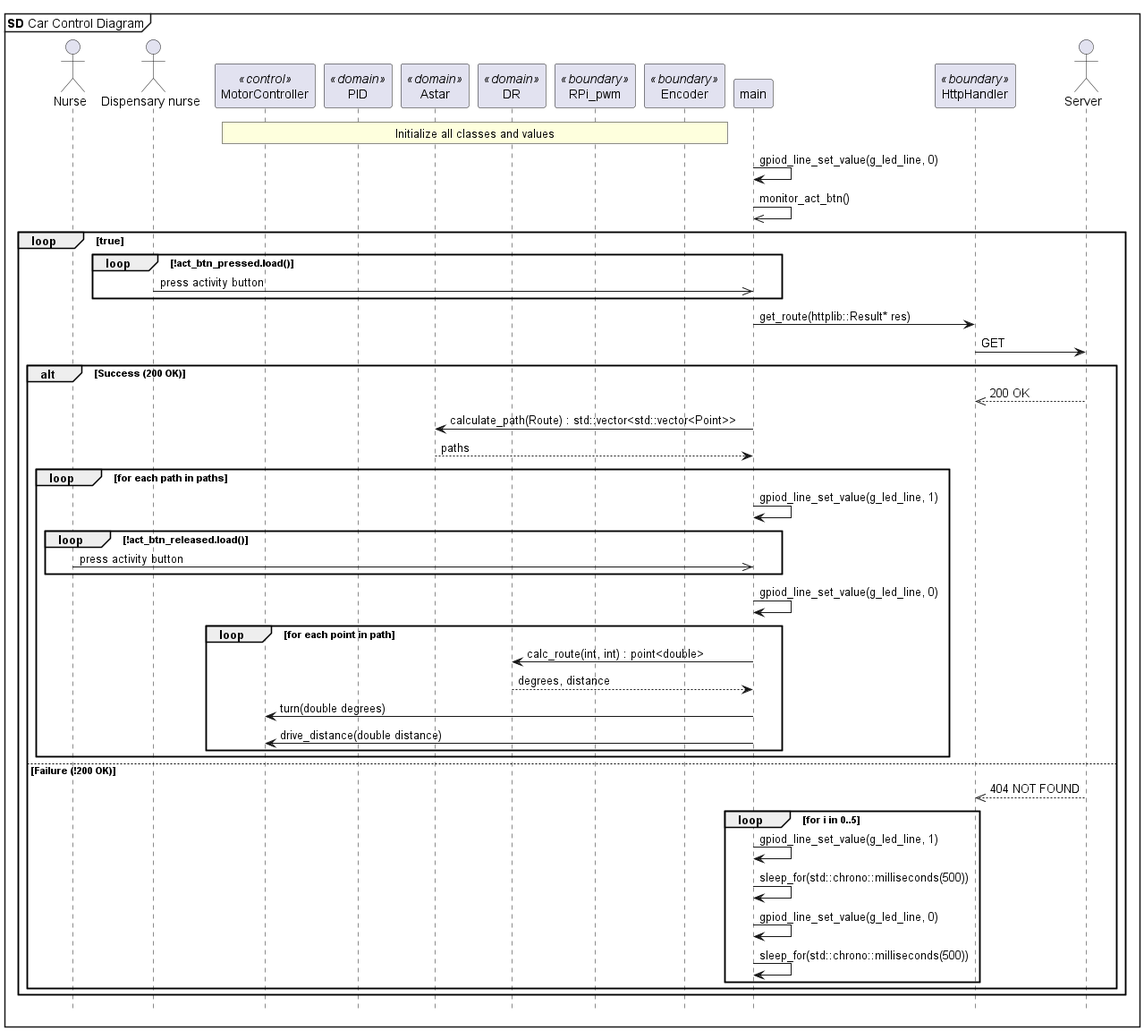
lineklemensen/PRJ3 keeps this PlantUML diagram as docs/diagrams/out/apModel/car_sd/car_sd.png. Above is the earlier version.
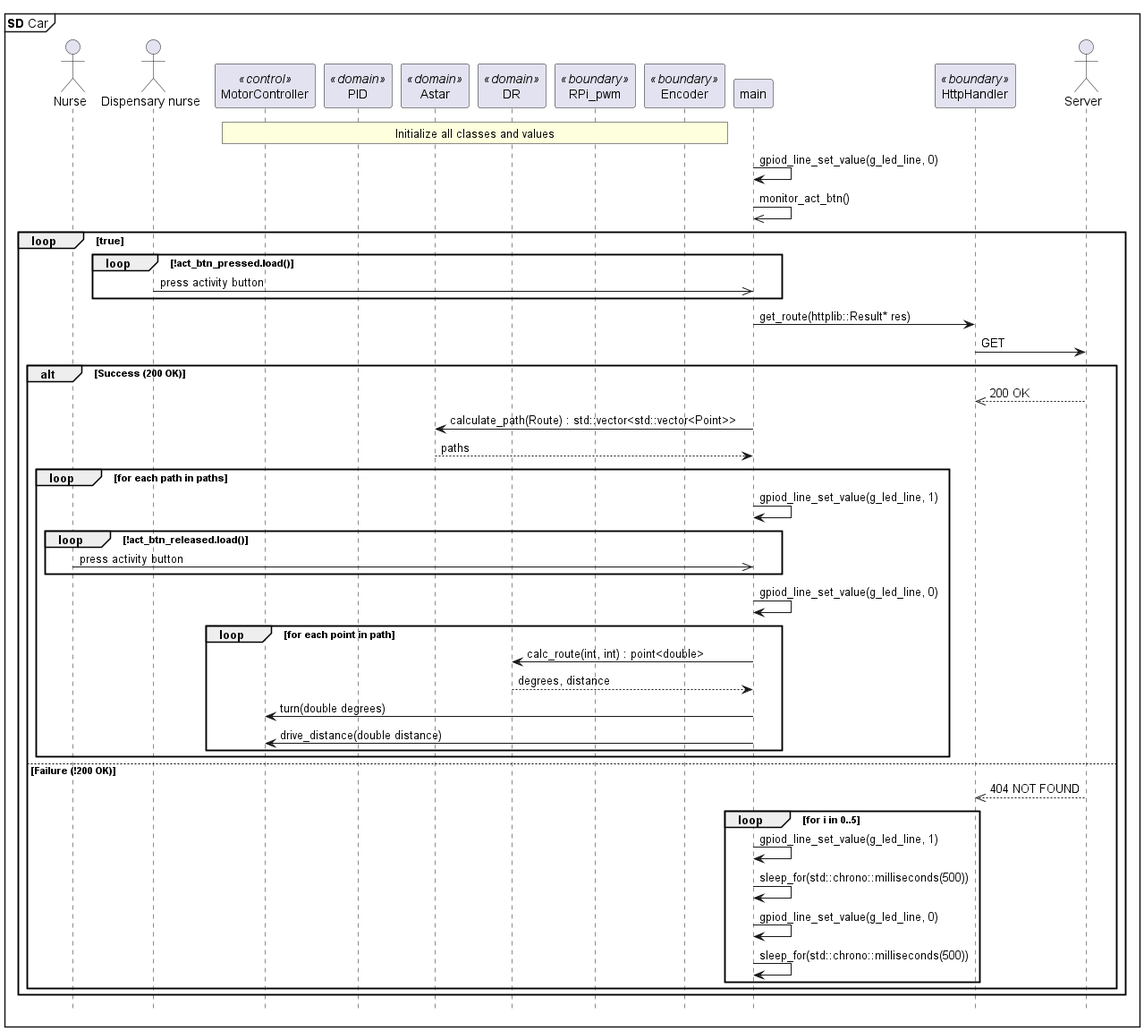
The same diagram one commit later.

What changed in the source:
```diff
@@ -1,6 +1,6 @@
 @startuml
 
-mainframe **SD** Car Control Diagram
+mainframe **SD** Car
 hide footbox
 
 actor "Nurse" as n
```
